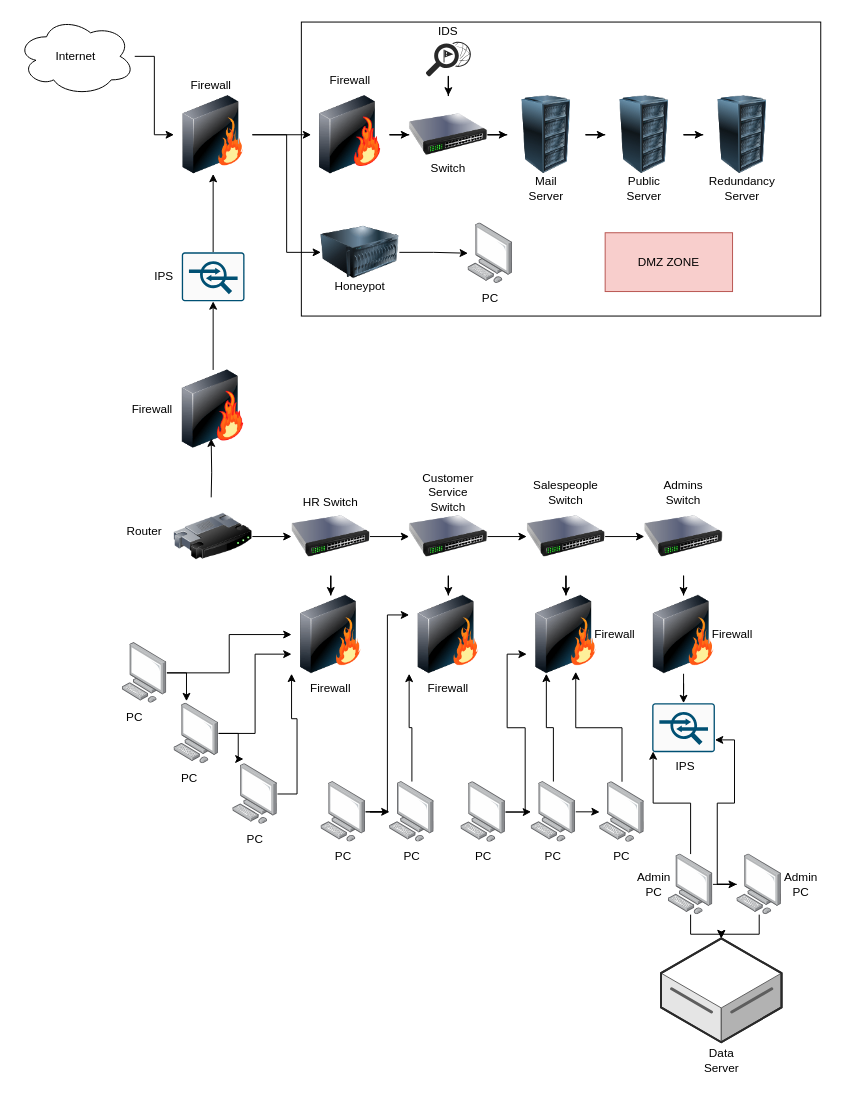
Before: Untitled Diagram.drawio in EpsilonDevil/SchoolScripts, a draw.io diagram. Source tidied: cells renumbered, new cells numbered last; positions are measured from the earlier drawing's top-left corner, leaving out a move shared by most shapes. Both pictures are drawn from the tidied source at 98%, with x=0, y=0 at pixel (17, 17).
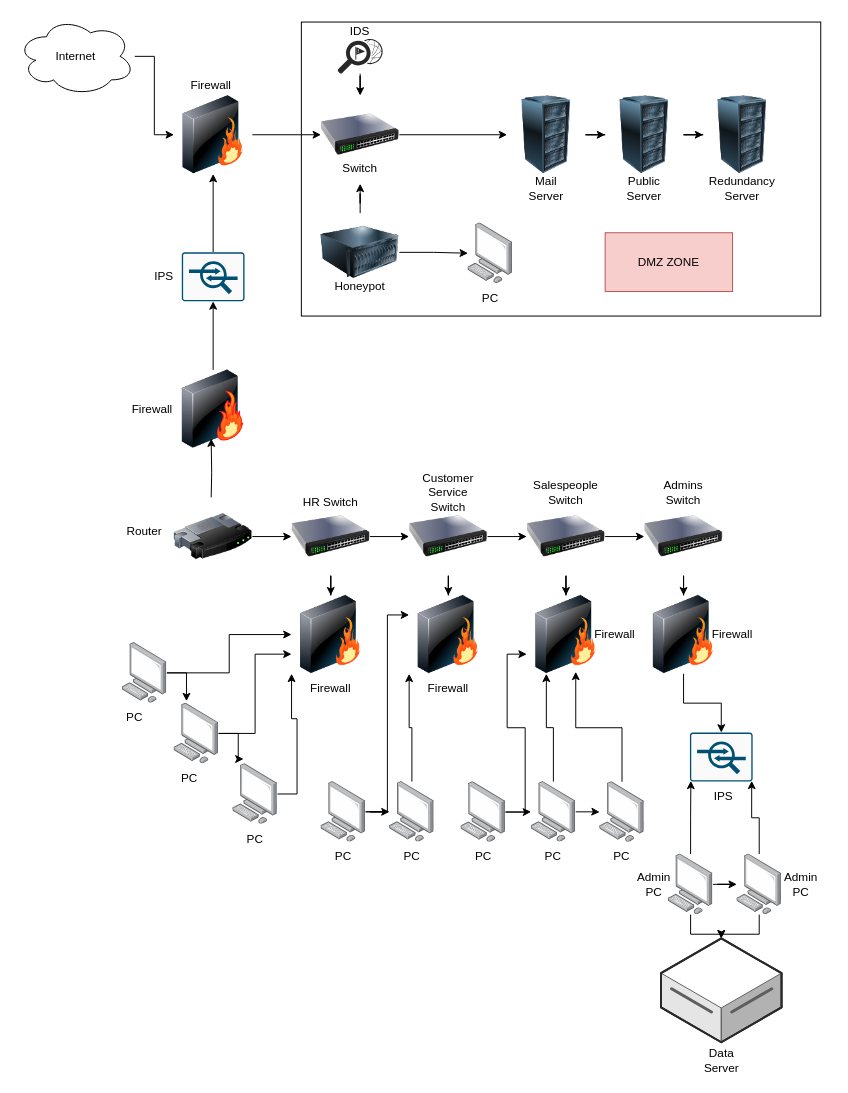
Above is the later version.

Unchanged cells that the change refers to:
```xml
<mxCell id="8" style="image;html=1;image=img/lib/clip_art/networking/Firewall_128x128.png;" parent="1" vertex="1">
  <mxGeometry x="160" y="80" width="80" height="80" as="geometry" />
</mxCell>
<mxCell id="12" style="image;html=1;image=img/lib/clip_art/computers/Server_128x128.png;" parent="1" vertex="1">
  <mxGeometry x="310" y="200" width="80" height="80" as="geometry" />
</mxCell>
<mxCell id="96" style="image;points=[];html=1;align=center;shadow=0;dashed=0;image=img/lib/allied_telesis/computer_and_terminals/Personal_Computer.svg;" parent="1" vertex="1">
  <mxGeometry x="734.4" y="854" width="45.6" height="61.8" as="geometry" />
</mxCell>
```

The edit, as a diff of the source:
```diff
@@
-    <mxCell id="6" style="edgeStyle=orthogonalEdgeStyle;rounded=0;jettySize=auto;html=1;entryX=0;entryY=0.5;entryDx=0;entryDy=0;" parent="1" edge="1" source="8" target="12">
-      <mxGeometry relative="1" as="geometry">
-        <Array as="points">
-          <mxPoint x="275" y="120" />
-          <mxPoint x="275" y="240" />
-        </Array>
-      </mxGeometry>
-    </mxCell>
-    <mxCell id="7" style="edgeStyle=orthogonalEdgeStyle;rounded=0;jettySize=auto;html=1;entryX=0;entryY=0.5;entryDx=0;entryDy=0;" parent="1" edge="1" source="8" target="24">
+    <mxCell id="7" style="edgeStyle=orthogonalEdgeStyle;rounded=0;jettySize=auto;html=1;entryX=0;entryY=0.5;entryDx=0;entryDy=0;" parent="1" edge="1" source="8" target="22">
       <mxGeometry relative="1" as="geometry" />
     </mxCell>
@@
+    <mxCell id="109" style="edgeStyle=orthogonalEdgeStyle;rounded=0;jettySize=auto;html=1;entryX=0.5;entryY=1;entryDx=0;entryDy=0;" parent="1" edge="1" source="12" target="27">
+      <mxGeometry relative="1" as="geometry" />
+    </mxCell>
@@
     <mxCell id="16" style="verticalLabelPosition=bottom;sketch=0;html=1;fillColor=#282828;strokeColor=none;verticalAlign=top;align=center;shape=mxgraph.cisco_safe.security_icons.ids;" parent="1" vertex="1">
-      <mxGeometry x="417" y="25" width="46" height="35.5" as="geometry" />
+      <mxGeometry x="327" y="22.2" width="46" height="35.5" as="geometry" />
     </mxCell>
@@
     <mxCell id="22" style="image;html=1;image=img/lib/clip_art/networking/Switch_128x128.png;" parent="1" vertex="1">
-      <mxGeometry x="400" y="80" width="80" height="80" as="geometry" />
+      <mxGeometry x="310" y="80" width="80" height="80" as="geometry" />
     </mxCell>
-    <mxCell id="23" style="edgeStyle=orthogonalEdgeStyle;rounded=0;jettySize=auto;html=1;" parent="1" edge="1" source="24" target="22">
-      <mxGeometry relative="1" as="geometry" />
-    </mxCell>
-    <mxCell id="24" style="image;html=1;image=img/lib/clip_art/networking/Firewall-page1_128x128.png;" parent="1" vertex="1">
-      <mxGeometry x="300" y="80" width="80" height="80" as="geometry" />
-    </mxCell>
@@
     <mxCell id="27" value="Switch" style="text;html=1;align=center;verticalAlign=middle;whiteSpace=wrap;rounded=0;" parent="1" vertex="1">
-      <mxGeometry x="410" y="140" width="60" height="30" as="geometry" />
+      <mxGeometry x="320" y="140" width="60" height="30" as="geometry" />
     </mxCell>
     <mxCell id="28" value="IDS" style="text;html=1;align=center;verticalAlign=middle;whiteSpace=wrap;rounded=0;" parent="1" vertex="1">
-      <mxGeometry x="410" width="60" height="30" as="geometry" />
+      <mxGeometry x="320" width="60" height="30" as="geometry" />
     </mxCell>
@@
-    <mxCell id="31" value="Firewall" style="text;html=1;align=center;verticalAlign=middle;whiteSpace=wrap;rounded=0;" parent="1" vertex="1">
-      <mxGeometry x="310" y="50" width="60" height="30" as="geometry" />
-    </mxCell>
@@
     <mxCell id="89" style="sketch=0;points=[[0.015,0.015,0],[0.985,0.015,0],[0.985,0.985,0],[0.015,0.985,0],[0.25,0,0],[0.5,0,0],[0.75,0,0],[1,0.25,0],[1,0.5,0],[1,0.75,0],[0.75,1,0],[0.5,1,0],[0.25,1,0],[0,0.75,0],[0,0.5,0],[0,0.25,0]];verticalLabelPosition=bottom;html=1;verticalAlign=top;align=center;shape=mxgraph.cisco19.rect;prIcon=ips_ids;fillColor=#FAFAFA;strokeColor=#005073;" parent="1" vertex="1">
-      <mxGeometry x="648" y="700" width="64" height="50" as="geometry" />
+      <mxGeometry x="686.5" y="730" width="64" height="50" as="geometry" />
     </mxCell>
@@
-    <mxCell id="100" style="edgeStyle=orthogonalEdgeStyle;rounded=0;jettySize=auto;html=1;entryX=1;entryY=0.75;entryDx=0;entryDy=0;entryPerimeter=0;" parent="1" edge="1" source="96" target="89">
-      <mxGeometry relative="1" as="geometry" />
-    </mxCell>
@@
     <mxCell id="104" value="IPS" style="text;html=1;align=center;verticalAlign=middle;whiteSpace=wrap;rounded=0;" parent="1" vertex="1">
-      <mxGeometry x="652" y="750" width="60" height="30" as="geometry" />
+      <mxGeometry x="690.5" y="780.2" width="60" height="30" as="geometry" />
     </mxCell>
@@
+    <mxCell id="100" style="edgeStyle=orthogonalEdgeStyle;rounded=0;jettySize=auto;html=1;entryX=0.985;entryY=0.985;entryDx=0;entryDy=0;entryPerimeter=0;" parent="1" edge="1" source="96" target="89">
+      <mxGeometry relative="1" as="geometry" />
+    </mxCell>
```
